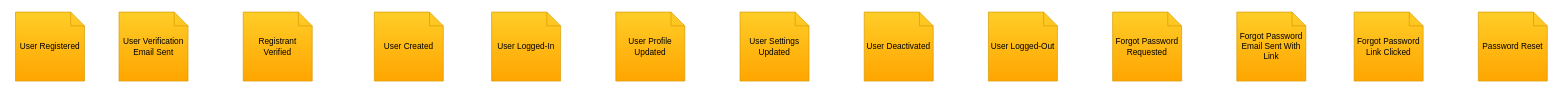
codefinity/oeuvre keeps this draw.io diagram as page "IdentityAccess-BigPictureEventStorming" (2 of 3) of design/EventStorming.drawio. Above is the earlier version. Source tidied: cells renumbered, new cells numbered last; positions are measured from the earlier drawing's top-left corner, leaving out a move shared by most shapes. Both pictures are drawn from the tidied source at 69%, with x=0, y=0 at pixel (15, 12).
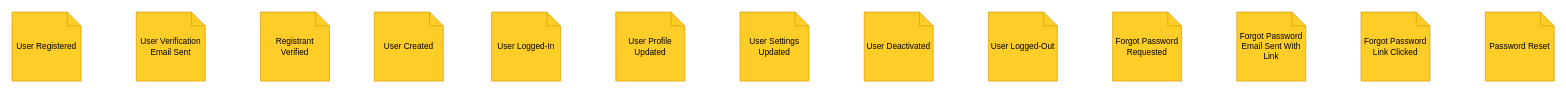
The same diagram, later.

Commit message (it also covers changes not shown here):
Created Event-Storming Changes

The edit, as a diff of the source:
```diff
@@
 <mxGraphModel>
   <root>
     <mxCell id="0" />
     <mxCell id="1" parent="0" />
-    <mxCell id="2" value="User Registered" style="shape=note;size=20;whiteSpace=wrap;html=1;fillColor=#ffcd28;strokeColor=#d79b00;gradientColor=#ffa500;" parent="1" vertex="1">
-      <mxGeometry width="100" height="100" as="geometry" />
+    <mxCell id="2" value="User Registered" style="shape=note;size=20;whiteSpace=wrap;html=1;fillColor=#ffcd28;strokeColor=#d79b00;" parent="1" vertex="1">
+      <mxGeometry x="-5" width="100" height="100" as="geometry" />
     </mxCell>
-    <mxCell id="3" value="User Verification Email Sent" style="shape=note;size=20;whiteSpace=wrap;html=1;fillColor=#ffcd28;strokeColor=#d79b00;gradientColor=#ffa500;" parent="1" vertex="1">
-      <mxGeometry x="150" width="100" height="100" as="geometry" />
+    <mxCell id="3" value="User Verification Email Sent" style="shape=note;size=20;whiteSpace=wrap;html=1;fillColor=#ffcd28;strokeColor=#d79b00;" parent="1" vertex="1">
+      <mxGeometry x="175" width="100" height="100" as="geometry" />
     </mxCell>
-    <mxCell id="4" value="Registrant Verified" style="shape=note;size=20;whiteSpace=wrap;html=1;fillColor=#ffcd28;strokeColor=#d79b00;gradientColor=#ffa500;" parent="1" vertex="1">
-      <mxGeometry x="330" width="100" height="100" as="geometry" />
+    <mxCell id="4" value="Registrant Verified" style="shape=note;size=20;whiteSpace=wrap;html=1;fillColor=#ffcd28;strokeColor=#d79b00;" parent="1" vertex="1">
+      <mxGeometry x="355" width="100" height="100" as="geometry" />
     </mxCell>
-    <mxCell id="5" value="User Logged-In" style="shape=note;size=20;whiteSpace=wrap;html=1;fillColor=#ffcd28;strokeColor=#d79b00;gradientColor=#ffa500;" parent="1" vertex="1">
+    <mxCell id="5" value="User Logged-In" style="shape=note;size=20;whiteSpace=wrap;html=1;fillColor=#ffcd28;strokeColor=#d79b00;" parent="1" vertex="1">
       <mxGeometry x="690" width="100" height="100" as="geometry" />
     </mxCell>
-    <mxCell id="6" value="User Logged-Out" style="shape=note;size=20;whiteSpace=wrap;html=1;fillColor=#ffcd28;strokeColor=#d79b00;gradientColor=#ffa500;" parent="1" vertex="1">
+    <mxCell id="6" value="User Logged-Out" style="shape=note;size=20;whiteSpace=wrap;html=1;fillColor=#ffcd28;strokeColor=#d79b00;" parent="1" vertex="1">
       <mxGeometry x="1410" width="100" height="100" as="geometry" />
     </mxCell>
-    <mxCell id="7" value="User Profile Updated" style="shape=note;size=20;whiteSpace=wrap;html=1;fillColor=#ffcd28;strokeColor=#d79b00;gradientColor=#ffa500;" parent="1" vertex="1">
+    <mxCell id="7" value="User Profile Updated" style="shape=note;size=20;whiteSpace=wrap;html=1;fillColor=#ffcd28;strokeColor=#d79b00;" parent="1" vertex="1">
       <mxGeometry x="870" width="100" height="100" as="geometry" />
     </mxCell>
-    <mxCell id="8" value="User Settings Updated" style="shape=note;size=20;whiteSpace=wrap;html=1;fillColor=#ffcd28;strokeColor=#d79b00;gradientColor=#ffa500;" parent="1" vertex="1">
+    <mxCell id="8" value="User Settings Updated" style="shape=note;size=20;whiteSpace=wrap;html=1;fillColor=#ffcd28;strokeColor=#d79b00;" parent="1" vertex="1">
       <mxGeometry x="1050" width="100" height="100" as="geometry" />
     </mxCell>
-    <mxCell id="9" value="User Deactivated" style="shape=note;size=20;whiteSpace=wrap;html=1;fillColor=#ffcd28;strokeColor=#d79b00;gradientColor=#ffa500;" parent="1" vertex="1">
+    <mxCell id="9" value="User Deactivated" style="shape=note;size=20;whiteSpace=wrap;html=1;fillColor=#ffcd28;strokeColor=#d79b00;" parent="1" vertex="1">
       <mxGeometry x="1230" width="100" height="100" as="geometry" />
     </mxCell>
-    <mxCell id="10" value="Forgot Password Requested" style="shape=note;size=20;whiteSpace=wrap;html=1;fillColor=#ffcd28;strokeColor=#d79b00;gradientColor=#ffa500;" parent="1" vertex="1">
+    <mxCell id="10" value="Forgot Password Requested" style="shape=note;size=20;whiteSpace=wrap;html=1;fillColor=#ffcd28;strokeColor=#d79b00;" parent="1" vertex="1">
       <mxGeometry x="1590" width="100" height="100" as="geometry" />
     </mxCell>
-    <mxCell id="11" value="Forgot Password Email Sent With Link" style="shape=note;size=20;whiteSpace=wrap;html=1;fillColor=#ffcd28;strokeColor=#d79b00;gradientColor=#ffa500;" parent="1" vertex="1">
+    <mxCell id="11" value="Forgot Password Email Sent With Link" style="shape=note;size=20;whiteSpace=wrap;html=1;fillColor=#ffcd28;strokeColor=#d79b00;" parent="1" vertex="1">
       <mxGeometry x="1770" width="100" height="100" as="geometry" />
     </mxCell>
-    <mxCell id="12" value="Password Reset" style="shape=note;size=20;whiteSpace=wrap;html=1;fillColor=#ffcd28;strokeColor=#d79b00;gradientColor=#ffa500;" parent="1" vertex="1">
-      <mxGeometry x="2120" width="100" height="100" as="geometry" />
+    <mxCell id="12" value="Password Reset" style="shape=note;size=20;whiteSpace=wrap;html=1;fillColor=#ffcd28;strokeColor=#d79b00;" parent="1" vertex="1">
+      <mxGeometry x="2130" width="100" height="100" as="geometry" />
     </mxCell>
-    <mxCell id="13" value="Forgot Password Link Clicked" style="shape=note;size=20;whiteSpace=wrap;html=1;fillColor=#ffcd28;strokeColor=#d79b00;gradientColor=#ffa500;" parent="1" vertex="1">
-      <mxGeometry x="1940" width="100" height="100" as="geometry" />
+    <mxCell id="13" value="Forgot Password Link Clicked" style="shape=note;size=20;whiteSpace=wrap;html=1;fillColor=#ffcd28;strokeColor=#d79b00;" parent="1" vertex="1">
+      <mxGeometry x="1950" width="100" height="100" as="geometry" />
     </mxCell>
-    <mxCell id="14" value="User Created" style="shape=note;size=20;whiteSpace=wrap;html=1;fillColor=#ffcd28;strokeColor=#d79b00;gradientColor=#ffa500;" parent="1" vertex="1">
+    <mxCell id="14" value="User Created" style="shape=note;size=20;whiteSpace=wrap;html=1;fillColor=#ffcd28;strokeColor=#d79b00;" parent="1" vertex="1">
       <mxGeometry x="520" width="100" height="100" as="geometry" />
     </mxCell>
   </root>
 </mxGraphModel>
```
